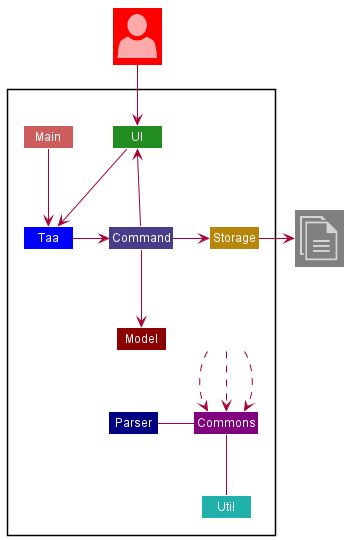
nus-cs2113-AY2122S1/tp keeps this PlantUML diagram as docs/diagrams/ArchitectureDiagram.png. Above is the earlier version.
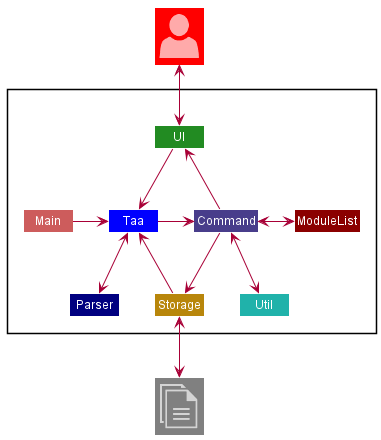
The same diagram one commit later.

Commit message:
Update Architecture Diagram

What changed in the source:
```diff
@@ -2,9 +2,7 @@
 !include <office/Concepts/globe_internet>
 !include <office/Concepts/documents>
 !include <office/Users/user>
-
-skinparam Shadowing false
-skinparam MinClassWidth 50
+!include style.puml
 
 skinparam Class {
     FontColor #FFFFFF
@@ -14,9 +12,8 @@
     FontName Arial
 }
 
-hide footbox
-hide members
-hide circle
+Class "<$user>" as User #Red
+Class "<$documents>" as File #Gray
 
 Package " "<<Rectangle>>{
     Class UI #ForestGreen
@@ -24,28 +21,21 @@
     Class Storage #DarkGoldenRod
     Class Main #IndianRed
     Class Command #DarkSlateBlue
-    Class Model #DarkRed
-    Class Commons #Purple
-    Class Dummy #White
+    Class ModuleList #DarkRed
     Class Parser #Navy
     Class Util #LightSeaGreen
 }
-Class "<$user>" as User #Red
-Class "<$documents>" as File #Gray
 
-Main -down-> Taa
-UI -> Taa
-Taa -> Command
+User <-down-> UI
+UI -down-> Taa
+Main -right-> Taa
+Taa <-down-> Parser
+Taa -right-> Command
+Command <-down-> Util
 Command -up-> UI
-Command -right-> Storage
-Command -down-> Model
-Model -right[hidden]- Dummy
-Dummy .down.> Commons
-Dummy .down.> Commons
-Dummy .down.> Commons
-Commons -left- Parser
-Commons -down- Util
+Command -down-> Storage
+Storage -up-> Taa
+Storage <-down-> File
+Command <-right-> ModuleList
 
-UI <-up- User
-Storage -right-> File
 @enduml
```
